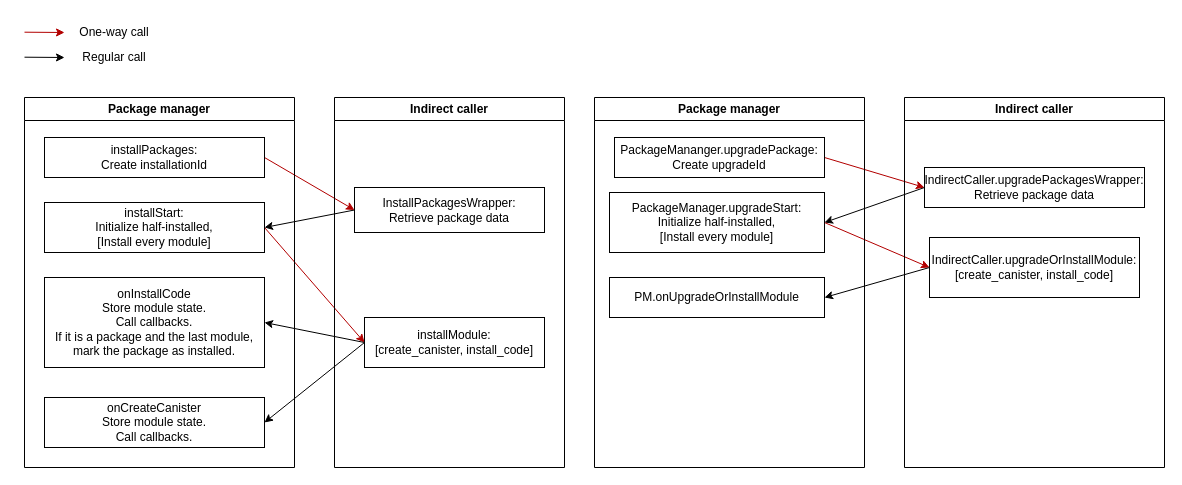
This is page "Page-1" (1 of 2) of docs/calls.drawio from vporton/icp-package-manager, a draw.io file, before an edit. Source tidied: cells renumbered, new cells numbered last; positions are measured from the earlier drawing's top-left corner, leaving out a move shared by most shapes. Both pictures are drawn from the tidied source at 100%, with x=0, y=0 at pixel (24, 17).
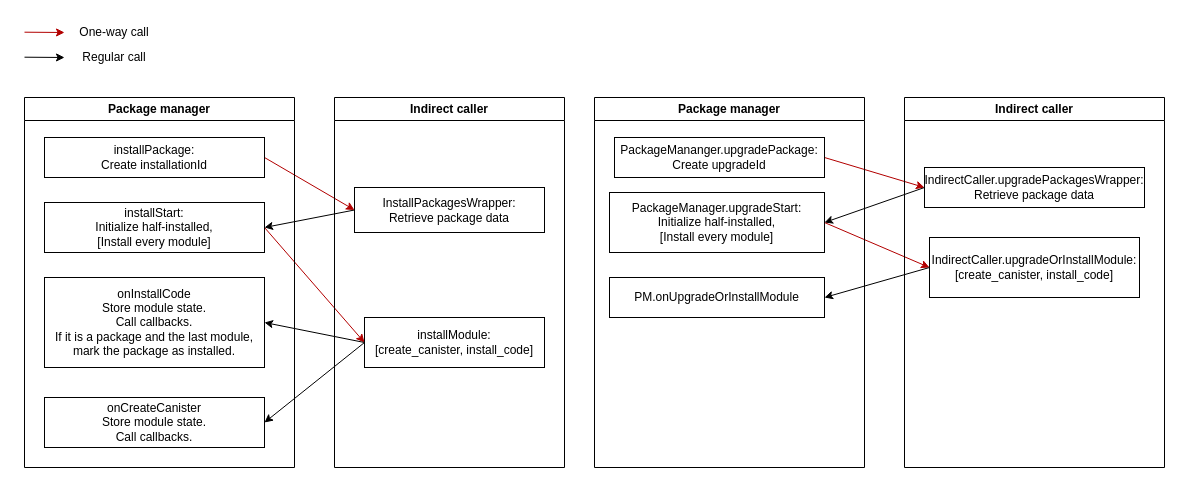
The same diagram, later.

The change refers to these unchanged cells:
```xml
<mxCell id="15" value="Package manager" style="swimlane;whiteSpace=wrap;html=1;" parent="1" vertex="1">
  <mxGeometry y="80" width="270" height="370" as="geometry" />
</mxCell>
```

Diff of the diagram source:
```diff
@@
-    <mxCell id="16" value="installPackages:&lt;br&gt;Create installationId" style="rounded=0;whiteSpace=wrap;html=1;" parent="15" vertex="1">
+    <mxCell id="16" value="installPackage:&lt;br&gt;Create installationId" style="rounded=0;whiteSpace=wrap;html=1;" parent="15" vertex="1">
       <mxGeometry x="20" y="40" width="220" height="40" as="geometry" />
     </mxCell>
```
